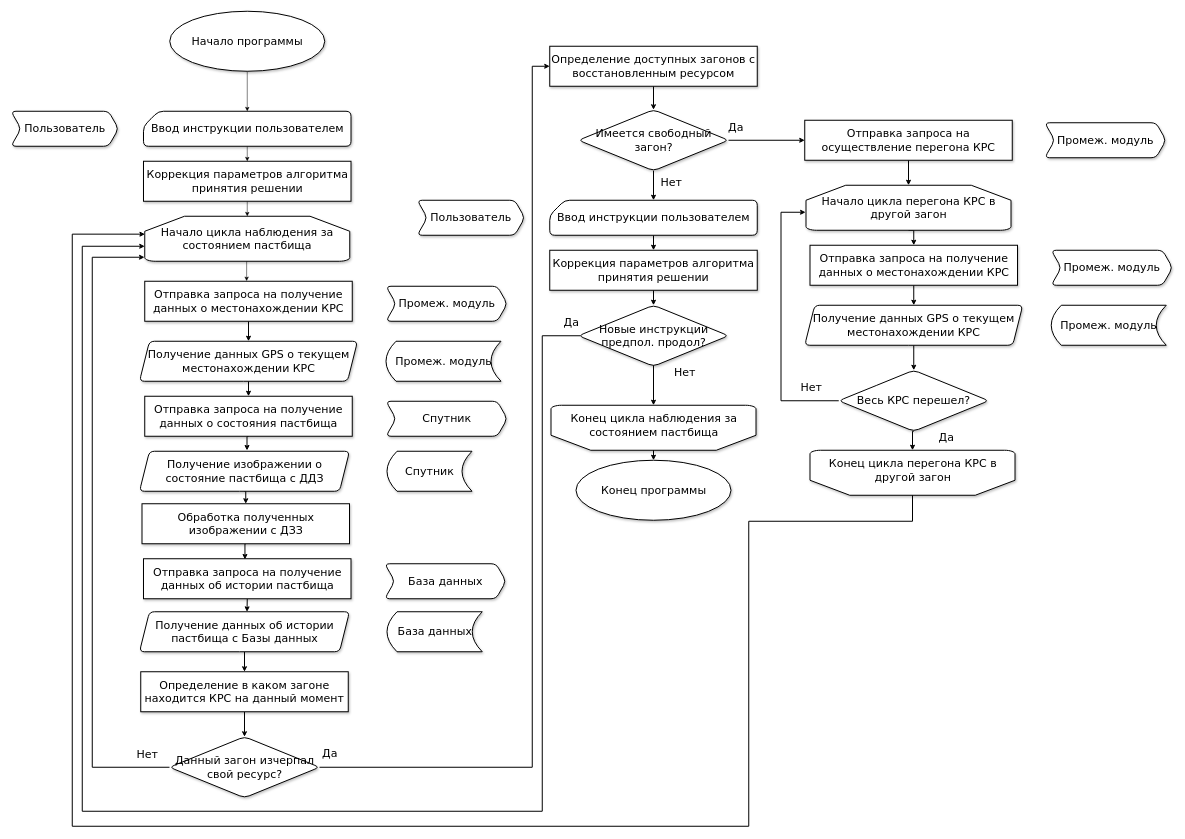
Before: Doctoral Thesis/Patent Diagrams.drawio in Yerlan999/CowsGPSTracker-KazATU, a draw.io diagram. Source tidied: cells renumbered, new cells numbered last; positions are measured from the earlier drawing's top-left corner, leaving out a move shared by most shapes. Both pictures are drawn from the tidied source at 50%, with x=0, y=0 at pixel (11, 11).
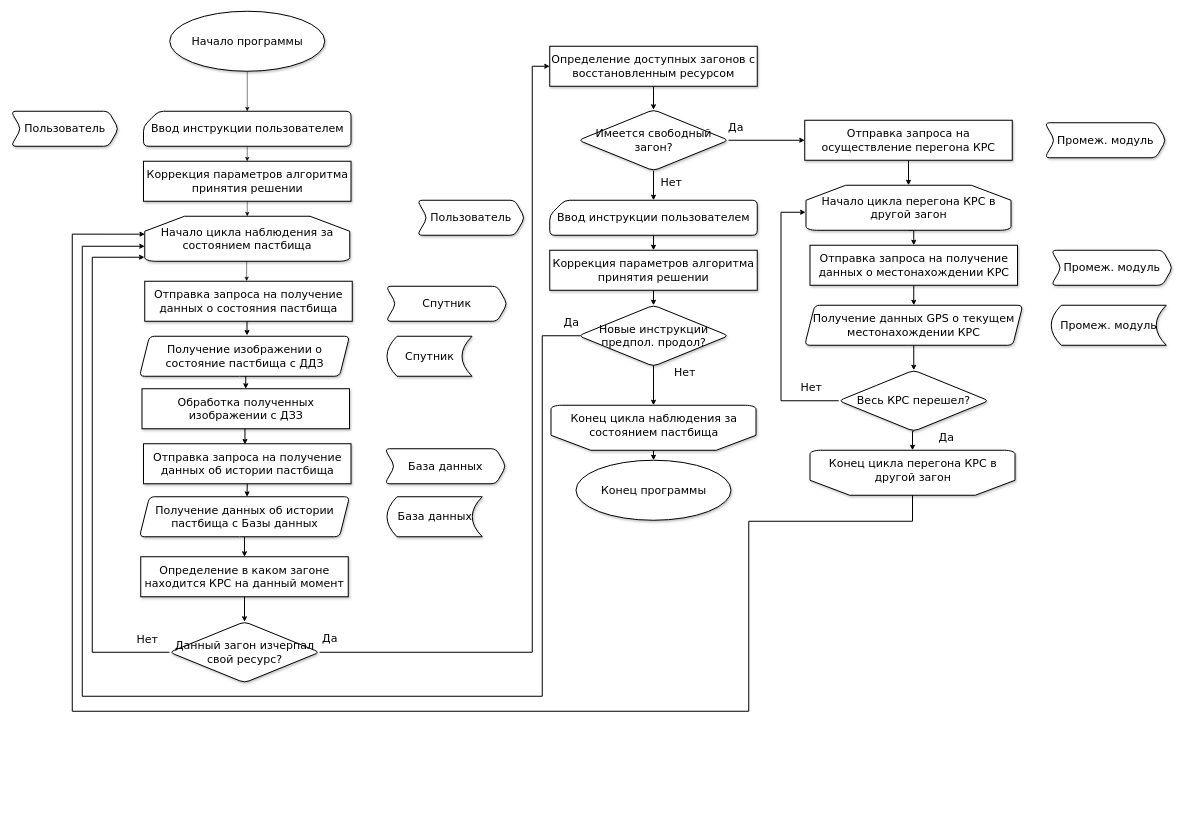
The same page after the edit.

Unchanged cells that the change refers to:
```xml
<mxCell id="15" value="Начало цикла наблюдения за состоянием пастбища" style="strokeWidth=2;html=1;shape=mxgraph.flowchart.loop_limit;whiteSpace=wrap;rounded=1;shadow=1;glass=0;sketch=0;fontFamily=Verdana;fontSize=22;" parent="1" vertex="1">
  <mxGeometry x="267" y="410" width="410" height="90" as="geometry" />
</mxCell>
<mxCell id="41" value="Определение доступных загонов с восстановленным ресурсом" style="rounded=0;whiteSpace=wrap;html=1;shadow=1;glass=0;sketch=0;strokeWidth=2;fontFamily=Verdana;fontSize=22;" parent="1" vertex="1">
  <mxGeometry x="1077" y="70" width="415" height="80" as="geometry" />
</mxCell>
<mxCell id="48" style="strokeWidth=2;shape=mxgraph.flowchart.loop_limit;whiteSpace=wrap;rounded=1;shadow=1;glass=0;sketch=0;fontFamily=Verdana;fontSize=22;rotation=-180;horizontal=1;verticalAlign=middle;labelPosition=center;verticalLabelPosition=middle;align=center;html=1;flipH=0;flipV=0;direction=east;" parent="47" vertex="1">
  <mxGeometry width="410" height="90" as="geometry" />
</mxCell>
<mxCell id="77" value="Новые инструкции предпол. продол?" style="rhombus;whiteSpace=wrap;html=1;rounded=1;shadow=1;glass=0;sketch=0;strokeWidth=2;fontFamily=Verdana;fontSize=22;" parent="1" vertex="1">
  <mxGeometry x="1134.5" y="588" width="300" height="122" as="geometry" />
</mxCell>
```

What changed in the source:
```diff
@@
     <mxCell id="5" value="Получение изображении о состояние пастбища с ДДЗ" style="shape=parallelogram;perimeter=parallelogramPerimeter;whiteSpace=wrap;html=1;fixedSize=1;rounded=1;shadow=1;glass=0;sketch=0;strokeWidth=2;fontFamily=Verdana;fontSize=22;" parent="1" vertex="1">
-      <mxGeometry x="256.5" y="880" width="420" height="80" as="geometry" />
+      <mxGeometry x="256.5" y="650" width="420" height="80" as="geometry" />
     </mxCell>
     <mxCell id="6" style="edgeStyle=orthogonalEdgeStyle;rounded=0;jettySize=auto;html=1;exitX=1;exitY=0.5;exitDx=0;exitDy=0;entryX=0;entryY=0.5;entryDx=0;entryDy=0;strokeWidth=2;fillColor=#ffffff;fontFamily=Verdana;fontSize=22;" parent="1" edge="1" source="8" target="41">
       <mxGeometry relative="1" as="geometry">
         <Array as="points">
-          <mxPoint x="1042" y="1512" />
+          <mxPoint x="1042" y="1282" />
           <mxPoint x="1042" y="110" />
         </Array>
       </mxGeometry>
     </mxCell>
     <mxCell id="7" style="edgeStyle=orthogonalEdgeStyle;rounded=0;jettySize=auto;html=1;exitX=0;exitY=0.5;exitDx=0;exitDy=0;entryX=-0.001;entryY=0.911;entryDx=0;entryDy=0;entryPerimeter=0;strokeWidth=2;fillColor=#ffffff;fontFamily=Verdana;fontSize=22;" parent="1" edge="1" source="8" target="15">
       <mxGeometry relative="1" as="geometry">
         <Array as="points">
-          <mxPoint x="162" y="1512" />
+          <mxPoint x="162" y="1282" />
           <mxPoint x="162" y="492" />
         </Array>
       </mxGeometry>
     </mxCell>
     <mxCell id="8" value="&lt;font style=&quot;font-size: 22px&quot;&gt;Данный загон изчерпал свой ресурс?&lt;/font&gt;" style="rhombus;whiteSpace=wrap;html=1;rounded=1;shadow=1;glass=0;sketch=0;strokeWidth=2;fontFamily=Verdana;fontSize=22;labelPosition=center;verticalLabelPosition=middle;align=center;verticalAlign=middle;" parent="1" vertex="1">
-      <mxGeometry x="316.5" y="1451" width="300" height="122" as="geometry" />
+      <mxGeometry x="316.5" y="1221" width="300" height="122" as="geometry" />
     </mxCell>
@@
-    <mxCell id="14" style="edgeStyle=orthogonalEdgeStyle;rounded=0;jettySize=auto;html=1;exitX=0.5;exitY=1;exitDx=0;exitDy=0;exitPerimeter=0;entryX=0.491;entryY=-0.007;entryDx=0;entryDy=0;entryPerimeter=0;" parent="1" edge="1" source="15" target="24">
-      <mxGeometry relative="1" as="geometry" />
+    <mxCell id="14" style="edgeStyle=orthogonalEdgeStyle;rounded=0;jettySize=auto;html=1;exitX=0.5;exitY=1;exitDx=0;exitDy=0;exitPerimeter=0;entryX=0.491;entryY=-0.007;entryDx=0;entryDy=0;entryPerimeter=0;" parent="1" edge="1" source="15">
+      <mxGeometry relative="1" as="geometry">
+        <mxPoint x="470.8" y="539.4" as="targetPoint" />
+      </mxGeometry>
     </mxCell>
@@
     <mxCell id="20" value="Получение данных об истории пастбища с Базы данных" style="shape=parallelogram;perimeter=parallelogramPerimeter;whiteSpace=wrap;html=1;fixedSize=1;rounded=1;shadow=1;glass=0;sketch=0;strokeWidth=2;fontFamily=Verdana;fontSize=22;" parent="1" vertex="1">
-      <mxGeometry x="256.5" y="1201" width="420" height="80" as="geometry" />
+      <mxGeometry x="256.5" y="971" width="420" height="80" as="geometry" />
     </mxCell>
-    <mxCell id="21" style="edgeStyle=orthogonalEdgeStyle;rounded=0;jettySize=auto;html=1;exitX=0.5;exitY=1;exitDx=0;exitDy=0;entryX=0.5;entryY=0;entryDx=0;entryDy=0;strokeWidth=2;fillColor=#ffffff;fontFamily=Verdana;fontSize=22;" parent="1" edge="1" source="22" target="29">
-      <mxGeometry relative="1" as="geometry" />
-    </mxCell>
-    <mxCell id="22" value="Получение данных GPS о текущем местонахождении КРС" style="shape=parallelogram;perimeter=parallelogramPerimeter;whiteSpace=wrap;html=1;fixedSize=1;rounded=1;shadow=1;glass=0;sketch=0;strokeWidth=2;fontFamily=Verdana;fontSize=22;" parent="1" vertex="1">
-      <mxGeometry x="256.5" y="660" width="436" height="80" as="geometry" />
-    </mxCell>
-    <mxCell id="23" style="edgeStyle=orthogonalEdgeStyle;rounded=0;jettySize=auto;html=1;exitX=0.5;exitY=1;exitDx=0;exitDy=0;entryX=0.5;entryY=0;entryDx=0;entryDy=0;strokeWidth=2;fillColor=#ffffff;fontFamily=Verdana;fontSize=22;" parent="1" edge="1" source="24" target="22">
-      <mxGeometry relative="1" as="geometry" />
-    </mxCell>
-    <mxCell id="24" value="Отправка запроса на получение данных о местонахождении КРС" style="rounded=0;whiteSpace=wrap;html=1;shadow=1;glass=0;sketch=0;strokeWidth=2;fontFamily=Verdana;fontSize=22;" parent="1" vertex="1">
-      <mxGeometry x="267" y="540" width="415" height="80" as="geometry" />
-    </mxCell>
     <mxCell id="25" value="Спутник" style="shape=dataStorage;whiteSpace=wrap;html=1;fixedSize=1;rounded=1;shadow=1;glass=0;sketch=0;strokeWidth=2;fontFamily=Verdana;fontSize=22;" parent="1" vertex="1">
-      <mxGeometry x="751.5" y="880" width="170" height="80" as="geometry" />
+      <mxGeometry x="751.5" y="650" width="170" height="80" as="geometry" />
     </mxCell>
-    <mxCell id="26" value="Промеж. модуль" style="shape=step;perimeter=stepPerimeter;whiteSpace=wrap;html=1;fixedSize=1;rounded=1;shadow=1;glass=0;sketch=0;strokeWidth=2;fontFamily=Verdana;fontSize=22;" parent="1" vertex="1">
-      <mxGeometry x="749.5" y="550" width="242.5" height="70" as="geometry" />
-    </mxCell>
-    <mxCell id="27" value="Промеж. модуль" style="shape=dataStorage;whiteSpace=wrap;html=1;fixedSize=1;rounded=1;shadow=1;glass=0;sketch=0;strokeWidth=2;fontFamily=Verdana;fontSize=22;" parent="1" vertex="1">
-      <mxGeometry x="749.5" y="660" width="230" height="80" as="geometry" />
-    </mxCell>
@@
     <mxCell id="29" value="Отправка запроса на получение данных о состояния пастбища" style="rounded=0;whiteSpace=wrap;html=1;shadow=1;glass=0;sketch=0;strokeWidth=2;fontFamily=Verdana;fontSize=22;" parent="1" vertex="1">
-      <mxGeometry x="267" y="770" width="415" height="80" as="geometry" />
+      <mxGeometry x="267" y="540" width="415" height="80" as="geometry" />
     </mxCell>
     <mxCell id="30" value="Спутник" style="shape=step;perimeter=stepPerimeter;whiteSpace=wrap;html=1;fixedSize=1;rounded=1;shadow=1;glass=0;sketch=0;strokeWidth=2;fontFamily=Verdana;fontSize=22;" parent="1" vertex="1">
-      <mxGeometry x="749.5" y="780" width="242.5" height="70" as="geometry" />
+      <mxGeometry x="749.5" y="550" width="242.5" height="70" as="geometry" />
     </mxCell>
     <mxCell id="31" value="База данных" style="shape=dataStorage;whiteSpace=wrap;html=1;fixedSize=1;rounded=1;shadow=1;glass=0;sketch=0;strokeWidth=2;fontFamily=Verdana;fontSize=22;" parent="1" vertex="1">
-      <mxGeometry x="751.5" y="1201" width="190.5" height="80" as="geometry" />
+      <mxGeometry x="751.5" y="971" width="190.5" height="80" as="geometry" />
     </mxCell>
@@
     <mxCell id="33" value="Отправка запроса на получение данных об истории пастбища" style="rounded=0;whiteSpace=wrap;html=1;shadow=1;glass=0;sketch=0;strokeWidth=2;fontFamily=Verdana;fontSize=22;" parent="1" vertex="1">
-      <mxGeometry x="264.5" y="1095" width="415" height="80" as="geometry" />
+      <mxGeometry x="264.5" y="865" width="415" height="80" as="geometry" />
     </mxCell>
     <mxCell id="34" value="База данных" style="shape=step;perimeter=stepPerimeter;whiteSpace=wrap;html=1;fixedSize=1;rounded=1;shadow=1;glass=0;sketch=0;strokeWidth=2;fontFamily=Verdana;fontSize=22;" parent="1" vertex="1">
-      <mxGeometry x="747" y="1105" width="242.5" height="70" as="geometry" />
+      <mxGeometry x="747" y="875" width="242.5" height="70" as="geometry" />
     </mxCell>
@@
     <mxCell id="36" value="Определение в каком загоне находится КРС на данный момент" style="rounded=0;whiteSpace=wrap;html=1;shadow=1;glass=0;sketch=0;strokeWidth=2;fontFamily=Verdana;fontSize=22;" parent="1" vertex="1">
-      <mxGeometry x="259" y="1321" width="415" height="80" as="geometry" />
+      <mxGeometry x="259" y="1091" width="415" height="80" as="geometry" />
     </mxCell>
@@
     <mxCell id="56" style="edgeStyle=orthogonalEdgeStyle;rounded=0;jettySize=auto;html=1;exitX=0.014;exitY=0.5;exitDx=0;exitDy=0;strokeWidth=2;fillColor=#ffffff;fontFamily=Verdana;fontSize=22;exitPerimeter=0;" parent="1" edge="1" source="77">
       <mxGeometry relative="1" as="geometry">
         <mxPoint x="267" y="470" as="targetPoint" />
         <Array as="points">
           <mxPoint x="1062" y="649" />
-          <mxPoint x="1062" y="1600" />
-          <mxPoint x="142" y="1600" />
+          <mxPoint x="1062" y="1370" />
+          <mxPoint x="142" y="1370" />
           <mxPoint x="142" y="470" />
         </Array>
       </mxGeometry>
     </mxCell>
@@
     <mxCell id="66" value="Обработка полученных изображении с ДЗЗ" style="rounded=0;whiteSpace=wrap;html=1;shadow=1;glass=0;sketch=0;strokeWidth=2;fontFamily=Verdana;fontSize=22;" parent="1" vertex="1">
-      <mxGeometry x="261.5" y="985" width="415" height="80" as="geometry" />
+      <mxGeometry x="261.5" y="755" width="415" height="80" as="geometry" />
     </mxCell>
     <mxCell id="67" style="edgeStyle=orthogonalEdgeStyle;rounded=0;jettySize=auto;html=1;exitX=0.5;exitY=0;exitDx=0;exitDy=0;exitPerimeter=0;entryX=0.001;entryY=0.398;entryDx=0;entryDy=0;entryPerimeter=0;strokeWidth=2;fillColor=#ffffff;fontFamily=Verdana;fontSize=22;" parent="1" edge="1" source="48" target="15">
       <mxGeometry relative="1" as="geometry">
         <Array as="points">
-          <mxPoint x="1803" y="1020" />
+          <mxPoint x="1802" y="1020" />
           <mxPoint x="1475" y="1020" />
-          <mxPoint x="1475" y="1630" />
-          <mxPoint x="122" y="1630" />
+          <mxPoint x="1475" y="1400" />
+          <mxPoint x="122" y="1400" />
           <mxPoint x="122" y="446" />
         </Array>
       </mxGeometry>
     </mxCell>
@@
     <mxCell id="73" value="Нет" style="text;html=1;align=center;verticalAlign=middle;fontSize=22;fontFamily=Verdana;fontStyle=0;" parent="1" vertex="1">
-      <mxGeometry x="242" y="1472" width="60" height="30" as="geometry" />
+      <mxGeometry x="242" y="1242" width="60" height="30" as="geometry" />
     </mxCell>
     <mxCell id="74" value="Да" style="text;html=1;align=center;verticalAlign=middle;fontSize=22;fontFamily=Verdana;fontStyle=0;" parent="1" vertex="1">
-      <mxGeometry x="616.5" y="1470" width="40" height="30" as="geometry" />
+      <mxGeometry x="616.5" y="1240" width="40" height="30" as="geometry" />
     </mxCell>
```
